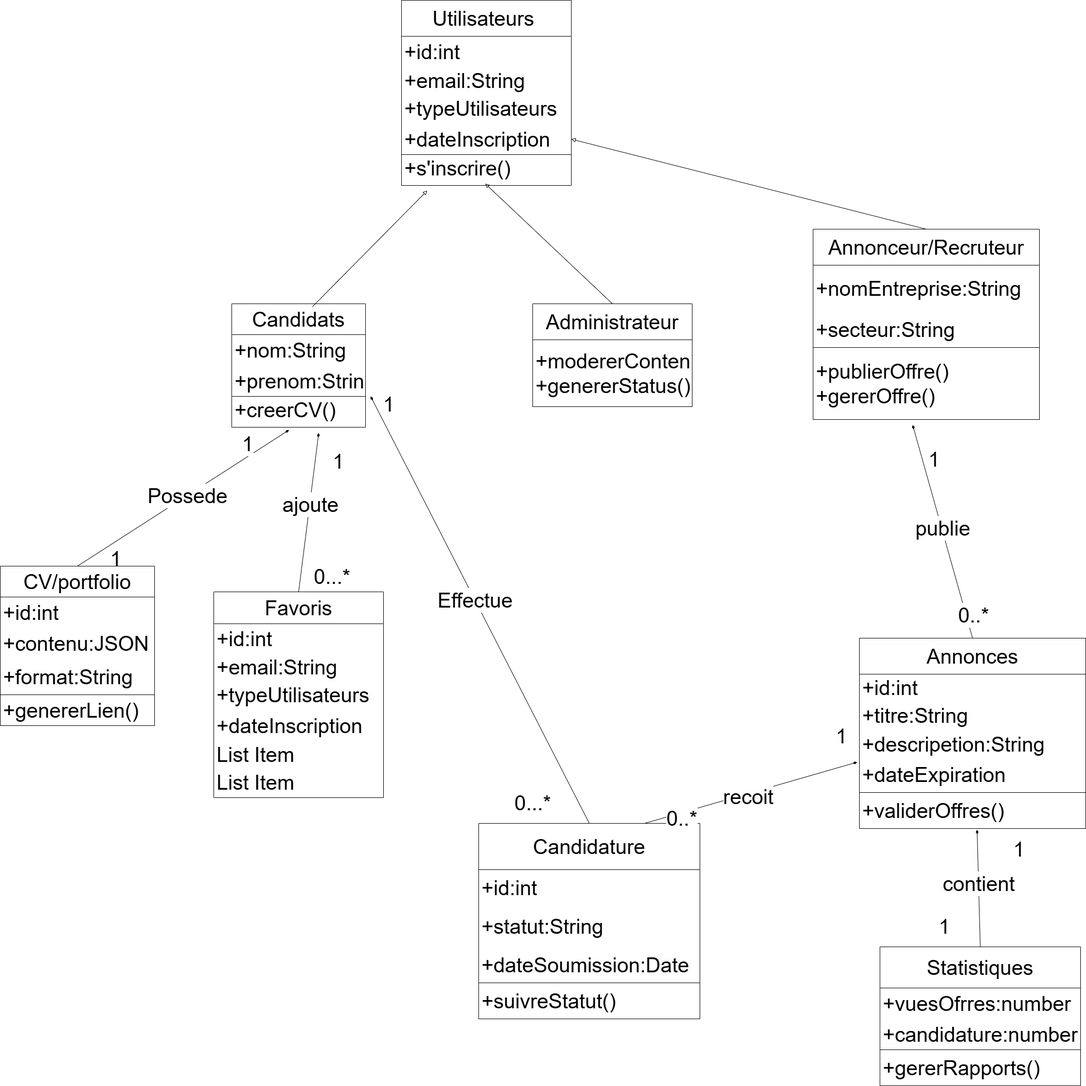
dissiram/MIAKPO-DO keeps this draw.io diagram as classes.drawio.png. Above is the earlier version. Source tidied: cells renumbered, new cells last; positions are measured from the earlier drawing's top-left corner, leaving out a move shared by most shapes.
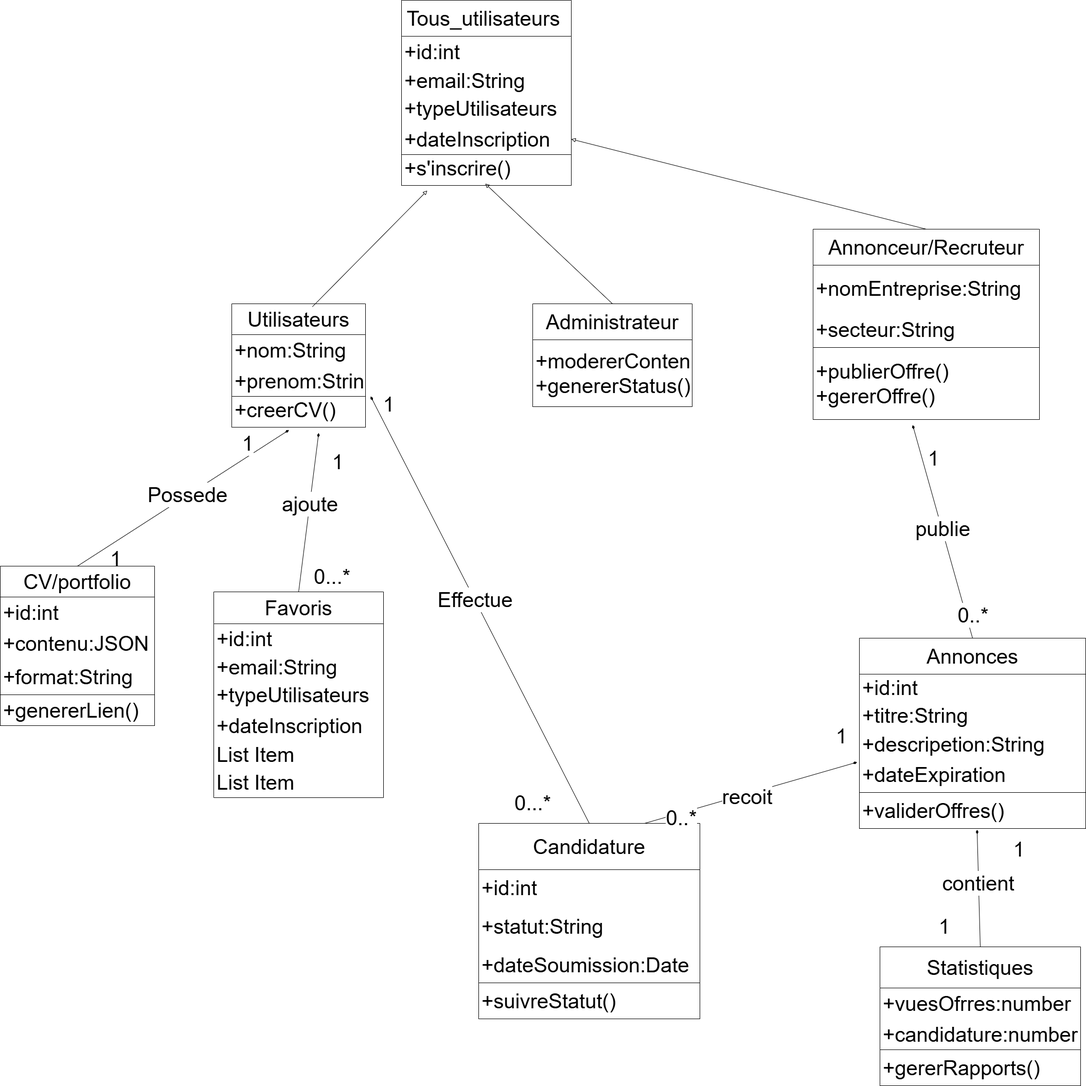
Later version of the same file.

Change to the diagram source:
```diff
@@ -2,7 +2,7 @@
   <root>
     <mxCell id="0" />
     <mxCell id="1" parent="0" />
-    <mxCell id="2" value="Utilisateurs&amp;nbsp;" style="swimlane;fontStyle=0;horizontal=1;startSize=70;whiteSpace=wrap;html=1;fontSize=40;" parent="1" vertex="1">
+    <mxCell id="2" value="Tous_utilisateurs&amp;nbsp;" style="swimlane;fontStyle=0;horizontal=1;startSize=70;whiteSpace=wrap;html=1;fontSize=40;" parent="1" vertex="1">
       <mxGeometry x="780" width="330" height="360" as="geometry" />
     </mxCell>
     <mxCell id="3" value="+id:int" style="text;strokeColor=none;fillColor=none;align=left;verticalAlign=middle;spacingLeft=4;spacingRight=4;overflow=hidden;whiteSpace=wrap;html=1;fontSize=40;" parent="2" vertex="1">
@@ -20,7 +20,7 @@
     <mxCell id="7" value="+s'inscrire()&lt;div&gt;+seConnecter()&lt;/div&gt;" style="text;strokeColor=default;fillColor=none;align=left;verticalAlign=middle;spacingLeft=4;spacingRight=4;overflow=hidden;points=[[0,0.5],[1,0.5]];portConstraint=eastwest;whiteSpace=wrap;html=1;fontSize=40;" parent="2" vertex="1">
       <mxGeometry y="300" width="330" height="60" as="geometry" />
     </mxCell>
-    <mxCell id="8" value="Candidats" style="swimlane;fontStyle=0;horizontal=1;startSize=60;whiteSpace=wrap;html=1;fontSize=40;" parent="1" vertex="1">
+    <mxCell id="8" value="Utilisateurs" style="swimlane;fontStyle=0;horizontal=1;startSize=60;whiteSpace=wrap;html=1;fontSize=40;" parent="1" vertex="1">
       <mxGeometry x="450" y="590" width="260" height="240" as="geometry" />
     </mxCell>
     <mxCell id="9" value="+nom:String" style="text;strokeColor=none;fillColor=none;align=left;verticalAlign=middle;spacingLeft=4;spacingRight=4;overflow=hidden;whiteSpace=wrap;html=1;fontSize=40;" parent="8" vertex="1">
```
